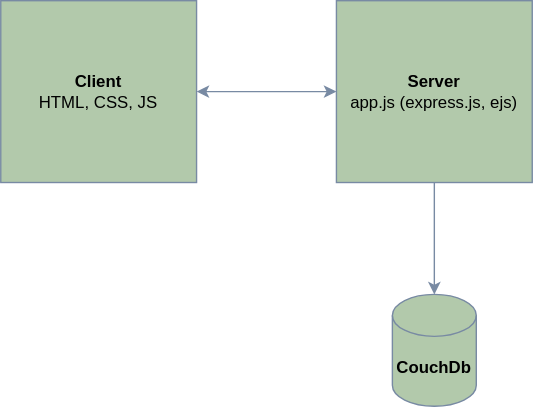
This is gfx/chapter-3/architecture.drawio.svg from thomaswolff/hypermedia-book, a draw.io export, as it was before one commit. Source tidied: cells renumbered, new cells last; positions are measured from the earlier drawing's top-left corner, leaving out a move shared by most shapes. The source it was exported from:
```xml
<mxGraphModel>
  <root>
    <mxCell id="0" />
    <mxCell id="1" parent="0" />
    <mxCell id="2" value="&lt;b&gt;Client&lt;/b&gt;&lt;br&gt;HTML, CSS, JS" style="rounded=0;whiteSpace=wrap;html=1;fillColor=#B2C9AB;strokeColor=#788AA3;fontColor=#000000;" parent="1" vertex="1">
      <mxGeometry width="140" height="130" as="geometry" />
    </mxCell>
    <mxCell id="3" value="&lt;b&gt;Server&lt;/b&gt;&lt;br&gt;app.js (express.js, ejs)" style="rounded=0;whiteSpace=wrap;html=1;fillColor=#B2C9AB;strokeColor=#788AA3;fontColor=#000000;" parent="1" vertex="1">
      <mxGeometry x="240" width="140" height="130" as="geometry" />
    </mxCell>
    <mxCell id="4" value="&lt;b&gt;CouchDb&lt;/b&gt;" style="shape=cylinder3;whiteSpace=wrap;html=1;boundedLbl=1;backgroundOutline=1;size=15;fontColor=#000000;strokeColor=#788AA3;fillColor=#B2C9AB;" parent="1" vertex="1">
      <mxGeometry x="280" y="210" width="60" height="80" as="geometry" />
    </mxCell>
    <mxCell id="5" style="endArrow=classic;html=1;fontColor=#000000;exitX=0.5;exitY=1;exitDx=0;exitDy=0;entryX=0.5;entryY=0;entryDx=0;entryDy=0;entryPerimeter=0;strokeColor=#788AA3;" parent="1" edge="1" source="3" target="4">
      <mxGeometry relative="1" as="geometry" />
    </mxCell>
    <mxCell id="6" style="endArrow=classic;startArrow=classic;html=1;fontColor=#000000;exitX=1;exitY=0.5;exitDx=0;exitDy=0;entryX=0;entryY=0.5;entryDx=0;entryDy=0;strokeColor=#788AA3;" parent="1" edge="1" source="2" target="3">
      <mxGeometry relative="1" as="geometry" />
    </mxCell>
  </root>
</mxGraphModel>
```
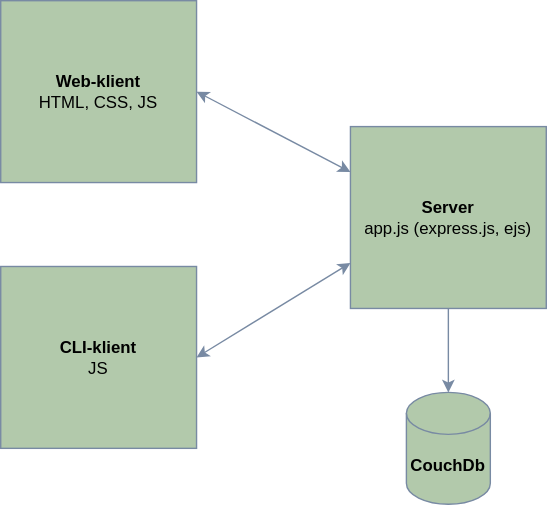
After the change.

Commit message:
Oppdaterte arkitekturskisse

The edit, as a diff of the source:
```diff
@@ -2,20 +2,26 @@
   <root>
     <mxCell id="0" />
     <mxCell id="1" parent="0" />
-    <mxCell id="2" value="&lt;b&gt;Client&lt;/b&gt;&lt;br&gt;HTML, CSS, JS" style="rounded=0;whiteSpace=wrap;html=1;fillColor=#B2C9AB;strokeColor=#788AA3;fontColor=#000000;" parent="1" vertex="1">
-      <mxGeometry width="140" height="130" as="geometry" />
+    <mxCell id="2" value="&lt;b&gt;Web-klient&lt;/b&gt;&lt;br&gt;HTML, CSS, JS" style="rounded=0;whiteSpace=wrap;html=1;fillColor=#B2C9AB;strokeColor=#788AA3;fontColor=#000000;" parent="1" vertex="1">
+      <mxGeometry x="-10" y="-90" width="140" height="130" as="geometry" />
     </mxCell>
     <mxCell id="3" value="&lt;b&gt;Server&lt;/b&gt;&lt;br&gt;app.js (express.js, ejs)" style="rounded=0;whiteSpace=wrap;html=1;fillColor=#B2C9AB;strokeColor=#788AA3;fontColor=#000000;" parent="1" vertex="1">
       <mxGeometry x="240" width="140" height="130" as="geometry" />
     </mxCell>
     <mxCell id="4" value="&lt;b&gt;CouchDb&lt;/b&gt;" style="shape=cylinder3;whiteSpace=wrap;html=1;boundedLbl=1;backgroundOutline=1;size=15;fontColor=#000000;strokeColor=#788AA3;fillColor=#B2C9AB;" parent="1" vertex="1">
-      <mxGeometry x="280" y="210" width="60" height="80" as="geometry" />
+      <mxGeometry x="280" y="190" width="60" height="80" as="geometry" />
     </mxCell>
     <mxCell id="5" style="endArrow=classic;html=1;fontColor=#000000;exitX=0.5;exitY=1;exitDx=0;exitDy=0;entryX=0.5;entryY=0;entryDx=0;entryDy=0;entryPerimeter=0;strokeColor=#788AA3;" parent="1" edge="1" source="3" target="4">
       <mxGeometry relative="1" as="geometry" />
     </mxCell>
-    <mxCell id="6" style="endArrow=classic;startArrow=classic;html=1;fontColor=#000000;exitX=1;exitY=0.5;exitDx=0;exitDy=0;entryX=0;entryY=0.5;entryDx=0;entryDy=0;strokeColor=#788AA3;" parent="1" edge="1" source="2" target="3">
+    <mxCell id="6" style="endArrow=classic;startArrow=classic;html=1;fontColor=#000000;exitX=1;exitY=0.5;exitDx=0;exitDy=0;entryX=0;entryY=0.25;entryDx=0;entryDy=0;strokeColor=#788AA3;" parent="1" edge="1" source="2" target="3">
       <mxGeometry relative="1" as="geometry" />
     </mxCell>
+    <mxCell id="7" value="&lt;b&gt;CLI-klient&lt;br&gt;&lt;/b&gt;JS" style="rounded=0;whiteSpace=wrap;html=1;fillColor=#B2C9AB;strokeColor=#788AA3;fontColor=#000000;" parent="1" vertex="1">
+      <mxGeometry x="-10" y="100" width="140" height="130" as="geometry" />
+    </mxCell>
+    <mxCell id="8" style="endArrow=classic;startArrow=classic;html=1;fontColor=#000000;exitX=1;exitY=0.5;exitDx=0;exitDy=0;entryX=0;entryY=0.75;entryDx=0;entryDy=0;strokeColor=#788AA3;" parent="1" edge="1" source="7" target="3">
+      <mxGeometry relative="1" as="geometry" />
+    </mxCell>
   </root>
 </mxGraphModel>
```
